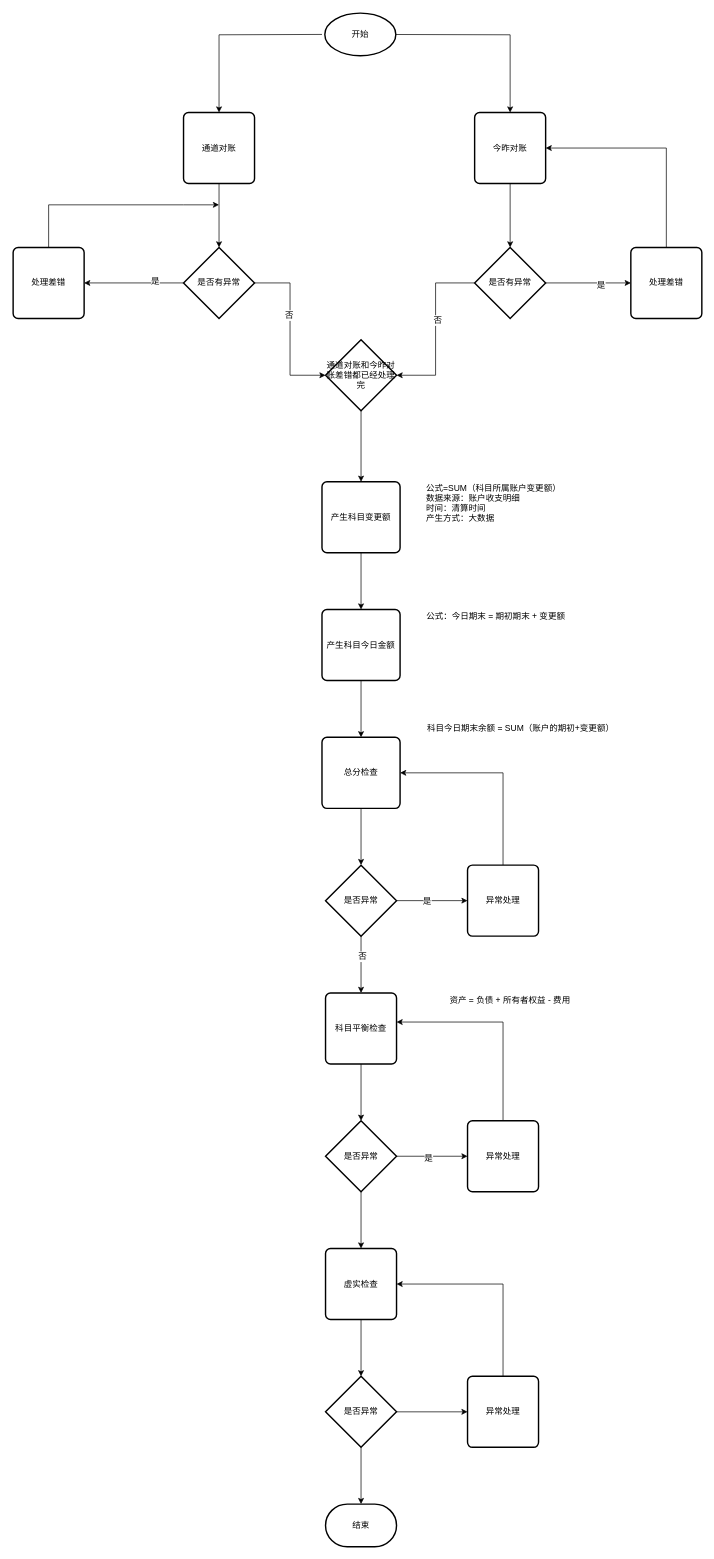
Before: xc-account/design/对账.drawio in waterStone528/job, a draw.io diagram. Source tidied: cells renumbered, new cells numbered last; positions are measured from the earlier drawing's top-left corner, leaving out a move shared by most shapes. Both pictures are drawn from the tidied source at 71%, with x=0, y=0 at pixel (13, 13).
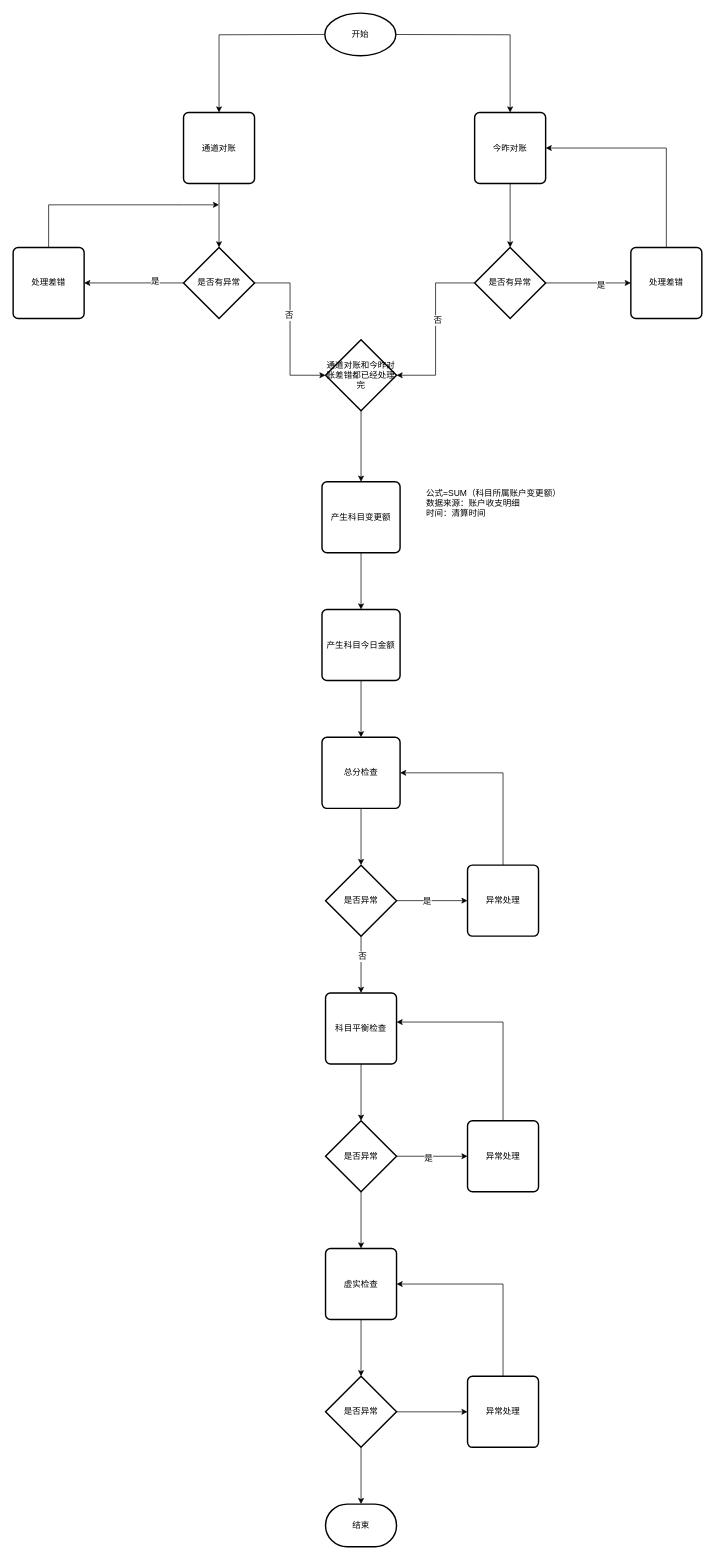
The same diagram, later.

Unchanged cells that the change refers to:
```xml
<mxCell id="6" value="通道对账" style="rounded=1;whiteSpace=wrap;html=1;absoluteArcSize=1;arcSize=14;strokeWidth=2;" parent="1" vertex="1">
  <mxGeometry x="240" y="140" width="100" height="100" as="geometry" />
</mxCell>
```

Change to the diagram source:
```diff
@@
-    <mxCell id="3" style="edgeStyle=orthogonalEdgeStyle;rounded=0;jettySize=auto;html=1;entryX=0.5;entryY=0;entryDx=0;entryDy=0;exitX=0;exitY=0.5;exitDx=0;exitDy=0;exitPerimeter=0;" parent="1" edge="1" target="6">
+    <mxCell id="3" style="edgeStyle=orthogonalEdgeStyle;rounded=0;jettySize=auto;html=1;entryX=0.5;entryY=0;entryDx=0;entryDy=0;" parent="1" edge="1" target="6">
       <mxGeometry relative="1" as="geometry">
-        <mxPoint x="435" y="30" as="sourcePoint" />
+        <mxPoint x="440" y="30" as="sourcePoint" />
       </mxGeometry>
     </mxCell>
@@
-    <mxCell id="54" value="公式=SUM（科目所属账户变更额）&lt;br&gt;数据来源：账户收支明细&lt;br&gt;时间：清算时间&lt;br&gt;产生方式：大数据&lt;br&gt;" style="text;html=1;strokeColor=none;fillColor=none;align=left;verticalAlign=middle;whiteSpace=wrap;rounded=0;" parent="1" vertex="1">
+    <mxCell id="54" value="公式=SUM（科目所属账户变更额）&lt;br&gt;数据来源：账户收支明细&lt;br&gt;时间：清算时间&lt;br&gt;" style="text;html=1;strokeColor=none;fillColor=none;align=left;verticalAlign=middle;whiteSpace=wrap;rounded=0;" parent="1" vertex="1">
       <mxGeometry x="580" y="640" width="300" height="100" as="geometry" />
     </mxCell>
-    <mxCell id="55" value="公式：今日期末 = 期初期末 + 变更额" style="text;html=1;strokeColor=none;fillColor=none;align=center;verticalAlign=middle;whiteSpace=wrap;rounded=0;" parent="1" vertex="1">
-      <mxGeometry x="560" y="840" width="240" height="20" as="geometry" />
-    </mxCell>
-    <mxCell id="56" value="&lt;p&gt;&lt;span&gt;科目今日期末余额&lt;/span&gt;&lt;span&gt; = SUM&lt;/span&gt;&lt;span&gt;（账户的期初+变更额）&lt;/span&gt;&lt;/p&gt;&lt;p&gt;&lt;span&gt;&lt;br&gt;&lt;/span&gt;&lt;/p&gt;" style="text;html=1;strokeColor=none;fillColor=none;align=center;verticalAlign=middle;whiteSpace=wrap;rounded=0;" parent="1" vertex="1">
-      <mxGeometry x="550" y="990" width="330" height="60" as="geometry" />
-    </mxCell>
-    <mxCell id="57" value="&lt;p&gt;&lt;span&gt;资产&lt;/span&gt;&lt;span&gt; = &lt;/span&gt;&lt;span&gt;负债&lt;/span&gt;&lt;span&gt; + &lt;/span&gt;&lt;span&gt;所有者权益&lt;/span&gt;&lt;span&gt; - &lt;/span&gt;&lt;span&gt;费用&lt;/span&gt;&lt;/p&gt;" style="text;html=1;strokeColor=none;fillColor=none;align=center;verticalAlign=middle;whiteSpace=wrap;rounded=0;" parent="1" vertex="1">
-      <mxGeometry x="580" y="1380" width="240" height="20" as="geometry" />
-    </mxCell>
```
